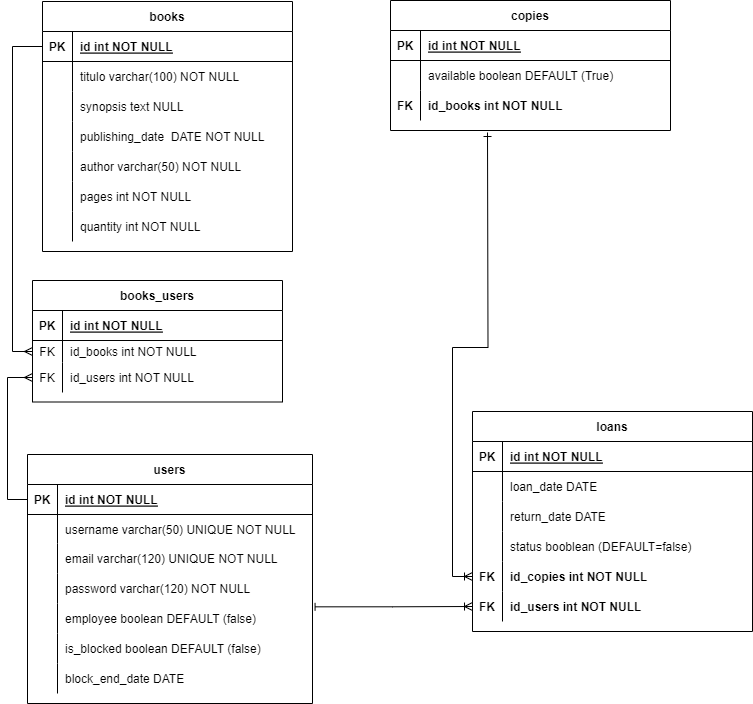
projeto-BiblioteKA-g25/biblioteKA-bff keeps this draw.io diagram as DER_biblioteKA.drawio.png. Above is the earlier version. Source tidied: cells renumbered, new cells last; positions are measured from the earlier drawing's top-left corner, leaving out a move shared by most shapes.
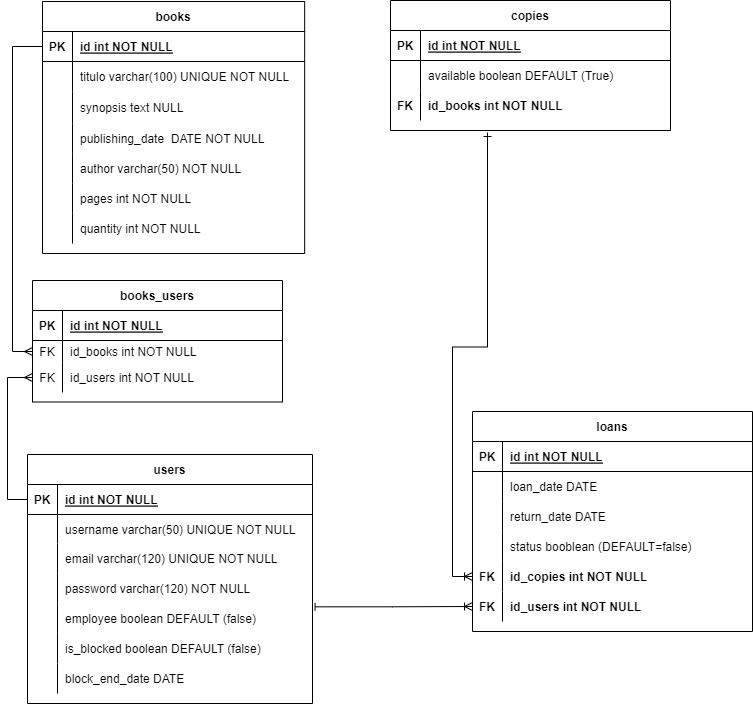
Above is the later version.

Commit message:
fix: adjusted DER fields

Diff of the diagram source:
```diff
@@ -98,70 +98,70 @@
       <mxGeometry relative="1" as="geometry" />
     </mxCell>
     <mxCell id="33" value="books" style="shape=table;startSize=30;rowLines=0;fontStyle=1;align=center;" parent="1" vertex="1">
-      <mxGeometry x="15" y="1" width="250" height="250" as="geometry" />
+      <mxGeometry x="15" y="1" width="262.2" height="252" as="geometry" />
     </mxCell>
     <mxCell id="34" style="shape=partialRectangle;fillColor=none;points=[[0,0.5],[1,0.5]];portConstraint=eastwest;top=0;left=0;right=0;bottom=1;" parent="33" vertex="1">
-      <mxGeometry y="30" width="250" height="30" as="geometry" />
+      <mxGeometry y="30" width="262.2" height="30" as="geometry" />
     </mxCell>
     <mxCell id="35" value="PK" style="shape=partialRectangle;overflow=hidden;fillColor=none;top=0;left=0;bottom=0;right=0;fontStyle=1;" parent="34" vertex="1">
       <mxGeometry width="30" height="30" as="geometry" />
     </mxCell>
     <mxCell id="36" value="id int NOT NULL " style="shape=partialRectangle;overflow=hidden;fillColor=none;top=0;left=0;bottom=0;right=0;align=left;spacingLeft=6;fontStyle=5;" parent="34" vertex="1">
-      <mxGeometry x="30" width="220" height="30" as="geometry" />
+      <mxGeometry x="30" width="232.2" height="30" as="geometry" />
     </mxCell>
     <mxCell id="37" style="shape=partialRectangle;fillColor=none;top=0;left=0;right=0;bottom=0;" parent="33" vertex="1">
-      <mxGeometry y="60" width="250" height="30" as="geometry" />
+      <mxGeometry y="60" width="262.2" height="30" as="geometry" />
     </mxCell>
     <mxCell id="38" style="shape=partialRectangle;overflow=hidden;fillColor=none;top=0;left=0;bottom=0;right=0;" parent="37" vertex="1">
       <mxGeometry width="30" height="30" as="geometry" />
     </mxCell>
-    <mxCell id="39" value="titulo varchar(100) NOT NULL" style="shape=partialRectangle;overflow=hidden;fillColor=none;top=0;left=0;bottom=0;right=0;align=left;spacingLeft=6;" parent="37" vertex="1">
-      <mxGeometry x="30" width="220" height="30" as="geometry" />
+    <mxCell id="39" value="titulo varchar(100) UNIQUE NOT NULL " style="shape=partialRectangle;overflow=hidden;fillColor=none;top=0;left=0;bottom=0;right=0;align=left;spacingLeft=6;" parent="37" vertex="1">
+      <mxGeometry x="30" width="232.2" height="30" as="geometry" />
     </mxCell>
     <mxCell id="40" style="shape=partialRectangle;fillColor=none;top=0;left=0;right=0;bottom=0;" parent="33" vertex="1">
-      <mxGeometry y="90" width="250" height="30" as="geometry" />
+      <mxGeometry y="90" width="262.2" height="32" as="geometry" />
     </mxCell>
     <mxCell id="41" style="shape=partialRectangle;overflow=hidden;fillColor=none;top=0;left=0;bottom=0;right=0;" parent="40" vertex="1">
-      <mxGeometry width="30" height="30" as="geometry" />
+      <mxGeometry width="30" height="32" as="geometry" />
     </mxCell>
     <mxCell id="42" value="synopsis text NULL" style="shape=partialRectangle;overflow=hidden;fillColor=none;top=0;left=0;bottom=0;right=0;align=left;spacingLeft=6;" parent="40" vertex="1">
-      <mxGeometry x="30" width="220" height="30" as="geometry" />
+      <mxGeometry x="30" width="232.2" height="32" as="geometry" />
     </mxCell>
     <mxCell id="43" style="shape=partialRectangle;fillColor=none;top=0;left=0;right=0;bottom=0;" parent="33" vertex="1">
-      <mxGeometry y="120" width="250" height="30" as="geometry" />
+      <mxGeometry y="122" width="262.2" height="30" as="geometry" />
     </mxCell>
     <mxCell id="44" style="shape=partialRectangle;overflow=hidden;fillColor=none;top=0;left=0;bottom=0;right=0;" parent="43" vertex="1">
       <mxGeometry width="30" height="30" as="geometry" />
     </mxCell>
     <mxCell id="45" value="publishing_date  DATE NOT NULL" style="shape=partialRectangle;overflow=hidden;fillColor=none;top=0;left=0;bottom=0;right=0;align=left;spacingLeft=6;" parent="43" vertex="1">
-      <mxGeometry x="30" width="220" height="30" as="geometry" />
+      <mxGeometry x="30" width="232.2" height="30" as="geometry" />
     </mxCell>
     <mxCell id="46" style="shape=partialRectangle;fillColor=none;top=0;left=0;right=0;bottom=0;" parent="33" vertex="1">
-      <mxGeometry y="150" width="250" height="30" as="geometry" />
+      <mxGeometry y="152" width="262.2" height="30" as="geometry" />
     </mxCell>
     <mxCell id="47" style="shape=partialRectangle;overflow=hidden;fillColor=none;top=0;left=0;bottom=0;right=0;" parent="46" vertex="1">
       <mxGeometry width="30" height="30" as="geometry" />
     </mxCell>
     <mxCell id="48" value="author varchar(50) NOT NULL" style="shape=partialRectangle;overflow=hidden;fillColor=none;top=0;left=0;bottom=0;right=0;align=left;spacingLeft=6;" parent="46" vertex="1">
-      <mxGeometry x="30" width="220" height="30" as="geometry" />
+      <mxGeometry x="30" width="232.2" height="30" as="geometry" />
     </mxCell>
     <mxCell id="49" style="shape=partialRectangle;fillColor=none;top=0;left=0;right=0;bottom=0;" parent="33" vertex="1">
-      <mxGeometry y="180" width="250" height="30" as="geometry" />
+      <mxGeometry y="182" width="262.2" height="30" as="geometry" />
     </mxCell>
     <mxCell id="50" style="shape=partialRectangle;overflow=hidden;fillColor=none;top=0;left=0;bottom=0;right=0;" parent="49" vertex="1">
       <mxGeometry width="30" height="30" as="geometry" />
     </mxCell>
     <mxCell id="51" value="pages int NOT NULL" style="shape=partialRectangle;overflow=hidden;fillColor=none;top=0;left=0;bottom=0;right=0;align=left;spacingLeft=6;" parent="49" vertex="1">
-      <mxGeometry x="30" width="220" height="30" as="geometry" />
+      <mxGeometry x="30" width="232.2" height="30" as="geometry" />
     </mxCell>
     <mxCell id="52" style="shape=partialRectangle;fillColor=none;top=0;left=0;right=0;bottom=0;" parent="33" vertex="1">
-      <mxGeometry y="210" width="250" height="30" as="geometry" />
+      <mxGeometry y="212" width="262.2" height="30" as="geometry" />
     </mxCell>
     <mxCell id="53" style="shape=partialRectangle;overflow=hidden;fillColor=none;top=0;left=0;bottom=0;right=0;" parent="52" vertex="1">
       <mxGeometry width="30" height="30" as="geometry" />
     </mxCell>
     <mxCell id="54" value="quantity int NOT NULL" style="shape=partialRectangle;overflow=hidden;fillColor=none;top=0;left=0;bottom=0;right=0;align=left;spacingLeft=6;fontStyle=0;" parent="52" vertex="1">
-      <mxGeometry x="30" width="220" height="30" as="geometry" />
+      <mxGeometry x="30" width="232.2" height="30" as="geometry" />
     </mxCell>
     <mxCell id="55" style="edgeStyle=orthogonalEdgeStyle;rounded=0;jettySize=auto;html=1;endArrow=ERmany;endFill=0;entryX=0;entryY=0.5;entryDx=0;entryDy=0;exitX=0;exitY=0.5;exitDx=0;exitDy=0;" parent="1" edge="1" source="57" target="85">
       <mxGeometry relative="1" as="geometry" />
```
